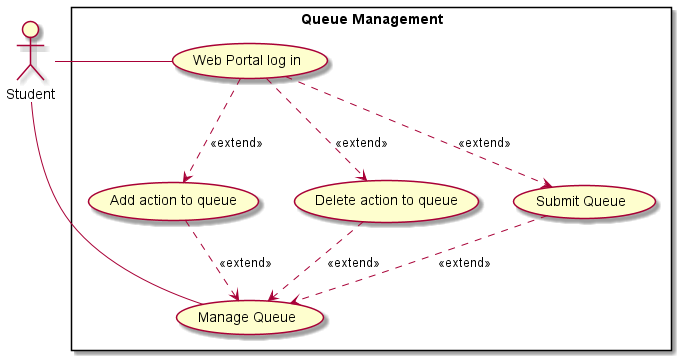
The PlantUML diagram Use Case Diagram - Queue Management.png in DanielFYJ/2101-2201-Project, before a commit. The source it was exported from:
```plantuml
@startuml
actor Student
rectangle "Queue Management" {
Student - (Web Portal log in)

Student - (Manage Queue)
(Add action to queue) ..> (Manage Queue): <<extend>>
(Web Portal log in) ..> (Add action to queue): <<extend>>

(Delete action to queue) ..> (Manage Queue): <<extend>>
(Web Portal log in) ..> (Delete action to queue): <<extend>>

(Submit Queue) ..> (Manage Queue): <<extend>>
(Web Portal log in) ..> (Submit Queue): <<extend>>

}
@enduml
```
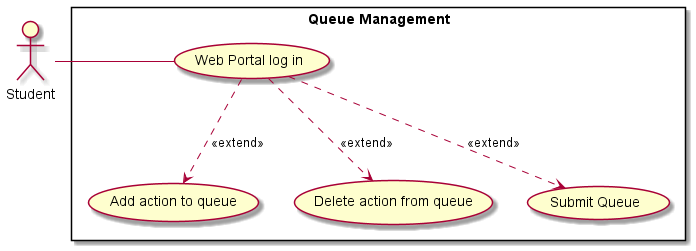
After the change.

The edit, as a diff of the source:
```diff
@@ -3,14 +3,10 @@
 rectangle "Queue Management" {
 Student - (Web Portal log in)
 
-Student - (Manage Queue)
-(Add action to queue) ..> (Manage Queue): <<extend>>
 (Web Portal log in) ..> (Add action to queue): <<extend>>
 
-(Delete action to queue) ..> (Manage Queue): <<extend>>
-(Web Portal log in) ..> (Delete action to queue): <<extend>>
+(Web Portal log in) ..> (Delete action from queue): <<extend>>
 
-(Submit Queue) ..> (Manage Queue): <<extend>>
 (Web Portal log in) ..> (Submit Queue): <<extend>>
 
 }
```
